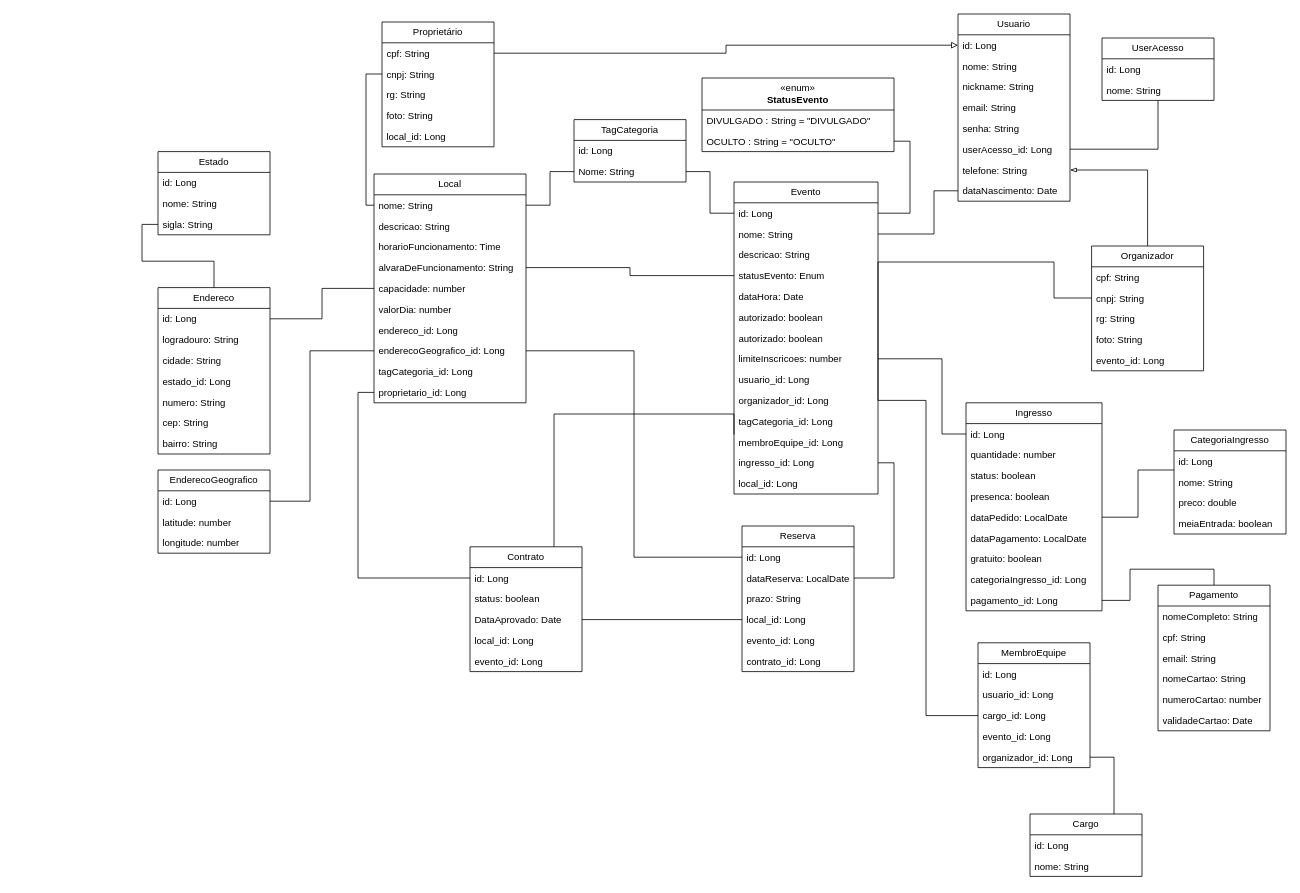
Above: DiagramaDeClassesPokando.drawio in ChumeLabs-Pokando/Pokando (draw.io), before the change. Source tidied: cells renumbered, new cells numbered last; positions are measured from the earlier drawing's top-left corner, leaving out a move shared by most shapes. Both pictures are drawn from the tidied source at 80%, with x=0, y=0 at pixel (158, 14).
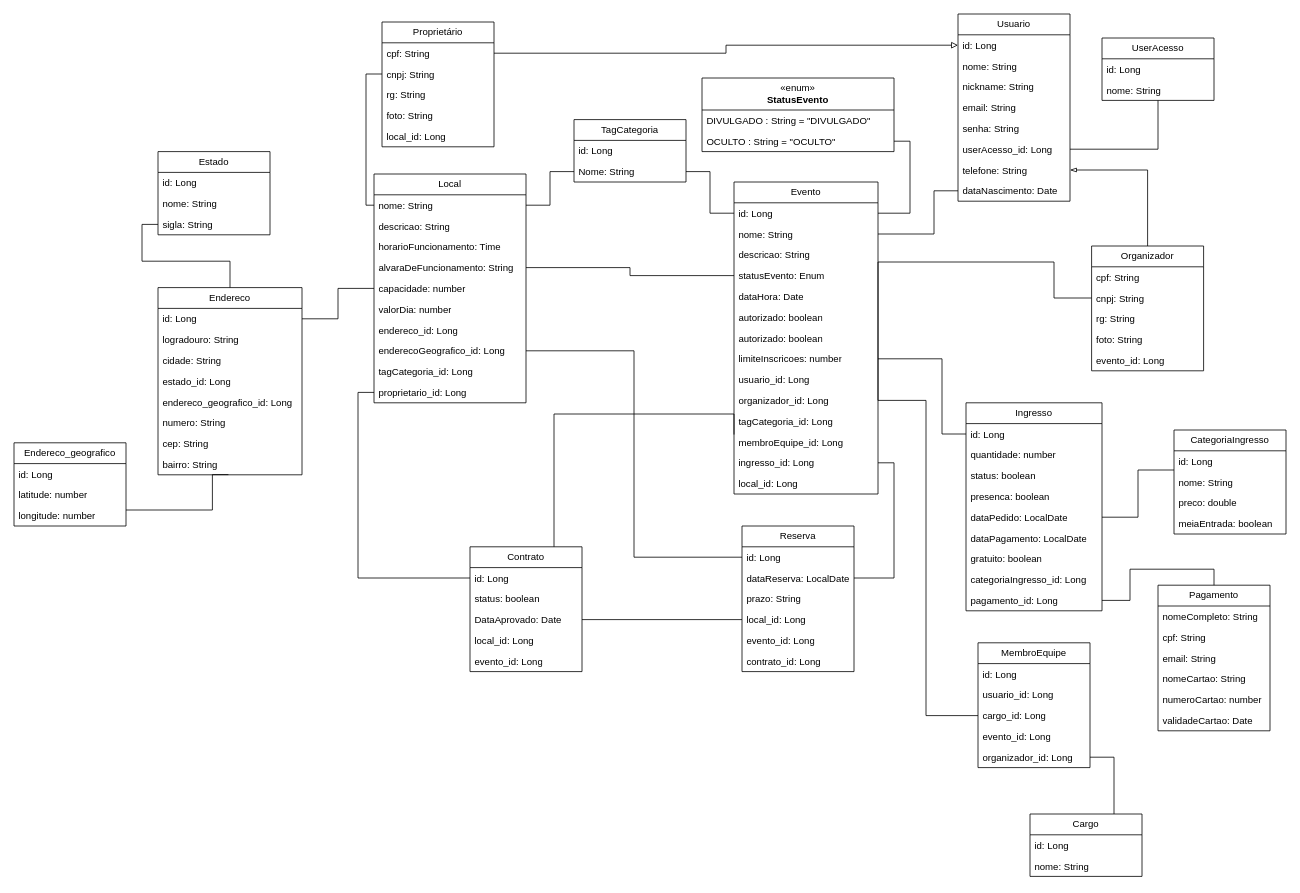
The same page after the edit.

Commit message:
Atu endereco geografico

Unchanged cells that the change refers to:
```xml
<mxCell id="33" value="id: Long" style="text;strokeColor=none;fillColor=none;align=left;verticalAlign=top;spacingLeft=4;spacingRight=4;overflow=hidden;points=[[0,0.5],[1,0.5]];portConstraint=eastwest;whiteSpace=wrap;html=1;" parent="32" vertex="1">
  <mxGeometry y="26" width="140" height="26" as="geometry" />
</mxCell>
<mxCell id="106" value="enderecoGeografico_id: Long" style="text;strokeColor=none;fillColor=none;align=left;verticalAlign=top;spacingLeft=4;spacingRight=4;overflow=hidden;points=[[0,0.5],[1,0.5]];portConstraint=eastwest;whiteSpace=wrap;html=1;" parent="98" vertex="1">
  <mxGeometry y="208" width="190" height="26" as="geometry" />
</mxCell>
```

What changed in the source:
```diff
@@
     <mxCell id="24" value="Endereco" style="swimlane;fontStyle=0;horizontal=1;startSize=26;fillColor=none;whiteSpace=wrap;html=1;" parent="1" vertex="1">
-      <mxGeometry y="342" width="140" height="208" as="geometry" />
+      <mxGeometry y="342" width="180" height="234" as="geometry" />
     </mxCell>
     <mxCell id="25" value="id: Long" style="text;strokeColor=none;fillColor=none;align=left;verticalAlign=top;spacingLeft=4;spacingRight=4;overflow=hidden;points=[[0,0.5],[1,0.5]];portConstraint=eastwest;whiteSpace=wrap;html=1;" parent="24" vertex="1">
-      <mxGeometry y="26" width="140" height="26" as="geometry" />
+      <mxGeometry y="26" width="180" height="26" as="geometry" />
     </mxCell>
     <mxCell id="26" value="logradouro: String" style="text;strokeColor=none;fillColor=none;align=left;verticalAlign=top;spacingLeft=4;spacingRight=4;overflow=hidden;whiteSpace=wrap;html=1;" parent="24" vertex="1">
-      <mxGeometry y="52" width="140" height="26" as="geometry" />
+      <mxGeometry y="52" width="180" height="26" as="geometry" />
     </mxCell>
     <mxCell id="27" value="cidade: String" style="text;strokeColor=none;fillColor=none;align=left;verticalAlign=top;spacingLeft=4;spacingRight=4;overflow=hidden;whiteSpace=wrap;html=1;" parent="24" vertex="1">
-      <mxGeometry y="78" width="140" height="26" as="geometry" />
+      <mxGeometry y="78" width="180" height="26" as="geometry" />
     </mxCell>
     <mxCell id="28" value="estado_id: Long" style="text;strokeColor=none;fillColor=none;align=left;verticalAlign=top;spacingLeft=4;spacingRight=4;overflow=hidden;whiteSpace=wrap;html=1;" parent="24" vertex="1">
-      <mxGeometry y="104" width="140" height="26" as="geometry" />
+      <mxGeometry y="104" width="180" height="26" as="geometry" />
     </mxCell>
+    <mxCell id="141" value="endereco_geografico_id: Long" style="text;strokeColor=none;fillColor=none;align=left;verticalAlign=top;spacingLeft=4;spacingRight=4;overflow=hidden;whiteSpace=wrap;html=1;" parent="24" vertex="1">
+      <mxGeometry y="130" width="180" height="26" as="geometry" />
+    </mxCell>
     <mxCell id="29" value="numero: String" style="text;strokeColor=none;fillColor=none;align=left;verticalAlign=top;spacingLeft=4;spacingRight=4;overflow=hidden;whiteSpace=wrap;html=1;" parent="24" vertex="1">
-      <mxGeometry y="130" width="140" height="26" as="geometry" />
+      <mxGeometry y="156" width="180" height="26" as="geometry" />
     </mxCell>
     <mxCell id="30" value="cep: String" style="text;strokeColor=none;fillColor=none;align=left;verticalAlign=top;spacingLeft=4;spacingRight=4;overflow=hidden;whiteSpace=wrap;html=1;" parent="24" vertex="1">
-      <mxGeometry y="156" width="140" height="26" as="geometry" />
+      <mxGeometry y="182" width="180" height="26" as="geometry" />
     </mxCell>
     <mxCell id="31" value="bairro: String" style="text;strokeColor=none;fillColor=none;align=left;verticalAlign=top;spacingLeft=4;spacingRight=4;overflow=hidden;points=[[0,0.5],[1,0.5]];portConstraint=eastwest;whiteSpace=wrap;html=1;" parent="24" vertex="1">
-      <mxGeometry y="182" width="140" height="26" as="geometry" />
+      <mxGeometry y="208" width="180" height="26" as="geometry" />
     </mxCell>
-    <mxCell id="32" value="EnderecoGeografico" style="swimlane;fontStyle=0;horizontal=1;startSize=26;fillColor=none;whiteSpace=wrap;html=1;" parent="1" vertex="1">
-      <mxGeometry y="570" width="140" height="104" as="geometry" />
+    <mxCell id="32" value="Endereco_g&lt;span style=&quot;background-color: transparent; color: light-dark(rgb(0, 0, 0), rgb(255, 255, 255));&quot;&gt;eografico&lt;/span&gt;" style="swimlane;fontStyle=0;horizontal=1;startSize=26;fillColor=none;whiteSpace=wrap;html=1;" parent="1" vertex="1">
+      <mxGeometry x="-180" y="536" width="140" height="104" as="geometry" />
     </mxCell>
@@
-    <mxCell id="132" style="edgeStyle=orthogonalEdgeStyle;rounded=0;jettySize=auto;html=1;exitX=1;exitY=0.5;exitDx=0;exitDy=0;entryX=0;entryY=0.5;entryDx=0;entryDy=0;endArrow=none;startFill=0;" parent="1" edge="1" source="33" target="106">
+    <mxCell id="132" style="edgeStyle=orthogonalEdgeStyle;rounded=0;jettySize=auto;html=1;entryX=0.489;entryY=0.991;entryDx=0;entryDy=0;endArrow=none;startFill=0;entryPerimeter=0;" parent="1" edge="1" target="31">
       <mxGeometry relative="1" as="geometry">
+        <mxPoint x="-40" y="620" as="sourcePoint" />
         <Array as="points">
-          <mxPoint x="190" y="609" />
-          <mxPoint x="190" y="421" />
+          <mxPoint x="68" y="620" />
         </Array>
       </mxGeometry>
     </mxCell>
```
